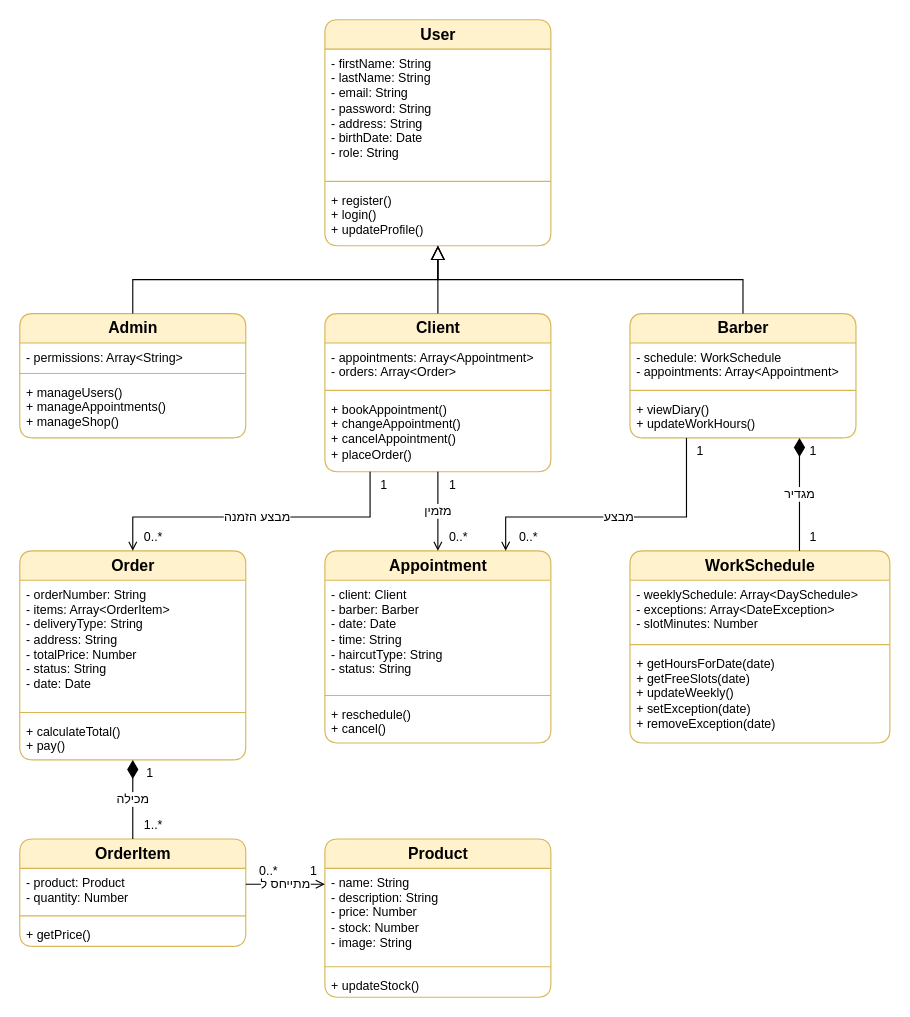
Earlier version of the draw.io diagram diagrams/PDOM-classes.drawio (arielkaplan20/project_Golden_Hair_Salon). Source tidied: cells renumbered, new cells numbered last; positions are measured from the earlier drawing's top-left corner, leaving out a move shared by most shapes. Both pictures are drawn from the tidied source at 113%, with x=0, y=0 at pixel (19, 19).
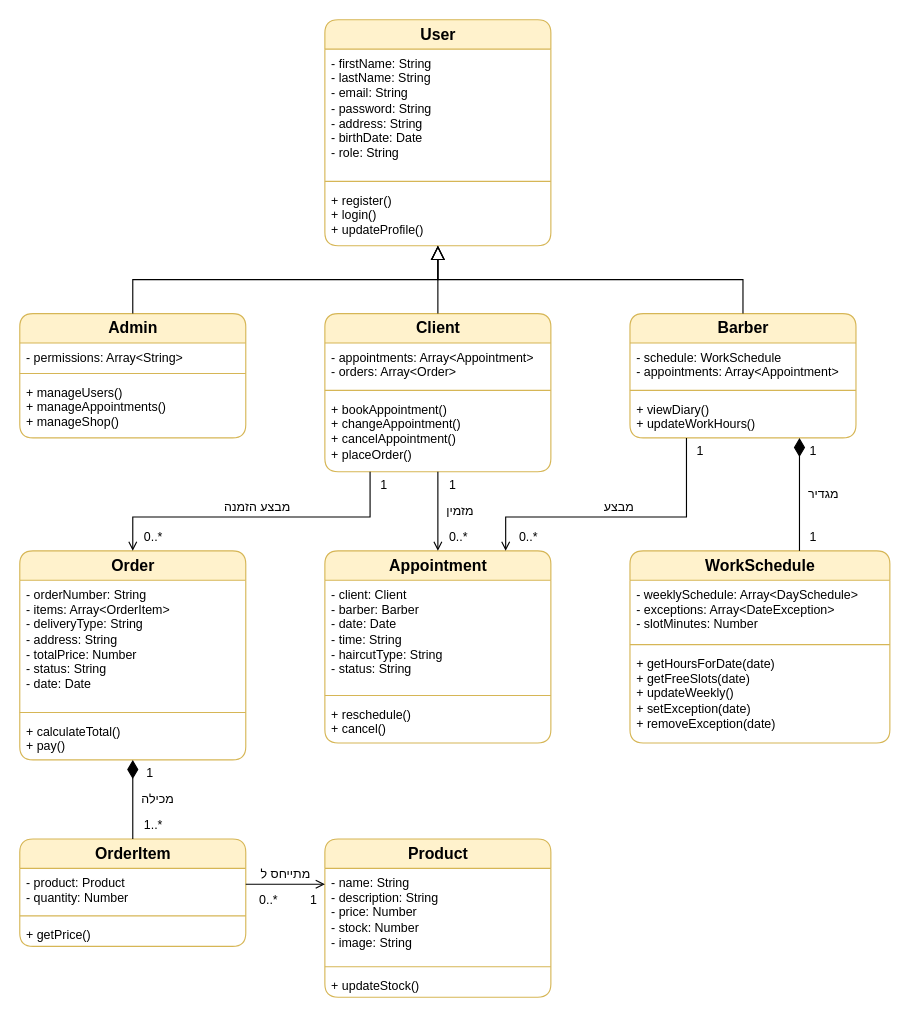
Above is the later version.

The change refers to these unchanged cells:
```xml
<mxCell id="10" value="Client" style="swimlane;fontStyle=1;align=center;verticalAlign=middle;horizontal=1;startSize=26;rounded=1;html=1;fillColor=#fff2cc;strokeColor=#d6b656;fontSize=14;" parent="1" vertex="1">
  <mxGeometry x="270" y="260" width="200" height="140" as="geometry" />
</mxCell>
<mxCell id="14" value="Barber" style="swimlane;fontStyle=1;align=center;verticalAlign=middle;horizontal=1;startSize=26;rounded=1;html=1;fillColor=#fff2cc;strokeColor=#d6b656;fontSize=14;" parent="1" vertex="1">
  <mxGeometry x="540" y="260" width="200" height="110" as="geometry" />
</mxCell>
<mxCell id="18" value="Order" style="swimlane;fontStyle=1;align=center;verticalAlign=middle;horizontal=1;startSize=26;rounded=1;html=1;fillColor=#fff2cc;strokeColor=#d6b656;fontSize=14;" parent="1" vertex="1">
  <mxGeometry y="470" width="200" height="185" as="geometry" />
</mxCell>
<mxCell id="22" value="Appointment" style="swimlane;fontStyle=1;align=center;verticalAlign=middle;horizontal=1;startSize=26;rounded=1;html=1;fillColor=#fff2cc;strokeColor=#d6b656;fontSize=14;" parent="1" vertex="1">
  <mxGeometry x="270" y="470" width="200" height="170" as="geometry" />
</mxCell>
<mxCell id="26" value="WorkSchedule" style="swimlane;fontStyle=1;align=center;verticalAlign=middle;horizontal=1;startSize=26;rounded=1;html=1;fillColor=#fff2cc;strokeColor=#d6b656;fontSize=14;" parent="1" vertex="1">
  <mxGeometry x="540" y="470" width="230" height="170" as="geometry" />
</mxCell>
<mxCell id="30" value="OrderItem" style="swimlane;fontStyle=1;align=center;verticalAlign=middle;horizontal=1;startSize=26;rounded=1;html=1;fillColor=#fff2cc;strokeColor=#d6b656;fontSize=14;" parent="1" vertex="1">
  <mxGeometry y="725" width="200" height="95" as="geometry" />
</mxCell>
<mxCell id="34" value="Product" style="swimlane;fontStyle=1;align=center;verticalAlign=middle;horizontal=1;startSize=26;rounded=1;html=1;fillColor=#fff2cc;strokeColor=#d6b656;fontSize=14;" parent="1" vertex="1">
  <mxGeometry x="270" y="725" width="200" height="140" as="geometry" />
</mxCell>
```

The edit, as a diff of the source:
```diff
@@
-    <mxCell id="41" value="מזמין" style="endArrow=open;endFill=0;html=1;rounded=0;labelBackgroundColor=#ffffff;exitX=0.5;exitY=1;entryX=0.5;entryY=0;" parent="1" edge="1" source="10" target="22">
+    <mxCell id="41" value="מזמין" style="endArrow=open;endFill=0;html=1;rounded=0;labelBackgroundColor=#ffffff;exitX=0.5;exitY=1;entryX=0.5;entryY=0;align=left;spacingLeft=6;labelBackgroundColor=none;" parent="1" edge="1" source="10" target="22">
       <mxGeometry relative="1" as="geometry" />
     </mxCell>
@@
-    <mxCell id="44" value="מבצע" style="endArrow=open;endFill=0;html=1;rounded=0;labelBackgroundColor=#ffffff;exitX=0.25;exitY=1;entryX=0.8;entryY=0;" parent="1" edge="1" source="14" target="22">
+    <mxCell id="44" value="מבצע" style="endArrow=open;endFill=0;html=1;rounded=0;labelBackgroundColor=#ffffff;exitX=0.25;exitY=1;entryX=0.8;entryY=0;verticalAlign=bottom;labelBackgroundColor=none;" parent="1" edge="1" source="14" target="22">
       <mxGeometry relative="1" as="geometry">
         <Array as="points">
           <mxPoint x="590" y="440" />
           <mxPoint x="430" y="440" />
         </Array>
       </mxGeometry>
     </mxCell>
@@
-    <mxCell id="47" value="מגדיר" style="endArrow=none;startArrow=diamondThin;startFill=1;startSize=14;html=1;rounded=0;labelBackgroundColor=#ffffff;exitX=0.75;exitY=1;entryX=0.6521739130434783;entryY=0;" parent="1" edge="1" source="14" target="26">
+    <mxCell id="47" value="מגדיר" style="endArrow=none;startArrow=diamondThin;startFill=1;startSize=14;html=1;rounded=0;labelBackgroundColor=#ffffff;exitX=0.75;exitY=1;entryX=0.6521739130434783;entryY=0;align=left;spacingLeft=6;labelBackgroundColor=none;" parent="1" edge="1" source="14" target="26">
       <mxGeometry relative="1" as="geometry" />
     </mxCell>
@@
-    <mxCell id="50" value="מבצע הזמנה" style="endArrow=open;endFill=0;html=1;rounded=0;labelBackgroundColor=#ffffff;exitX=0.2;exitY=1;entryX=0.5;entryY=0;" parent="1" edge="1" source="10" target="18">
+    <mxCell id="50" value="מבצע הזמנה" style="endArrow=open;endFill=0;html=1;rounded=0;labelBackgroundColor=#ffffff;exitX=0.2;exitY=1;entryX=0.5;entryY=0;verticalAlign=bottom;labelBackgroundColor=none;" parent="1" edge="1" source="10" target="18">
       <mxGeometry relative="1" as="geometry">
         <Array as="points">
           <mxPoint x="310" y="440" />
           <mxPoint x="100" y="440" />
         </Array>
       </mxGeometry>
     </mxCell>
@@
-    <mxCell id="53" value="מכילה" style="endArrow=none;startArrow=diamondThin;startFill=1;startSize=14;html=1;rounded=0;labelBackgroundColor=#ffffff;exitX=0.5;exitY=1;entryX=0.5;entryY=0;" parent="1" edge="1" source="18" target="30">
+    <mxCell id="53" value="מכילה" style="endArrow=none;startArrow=diamondThin;startFill=1;startSize=14;html=1;rounded=0;labelBackgroundColor=#ffffff;exitX=0.5;exitY=1;entryX=0.5;entryY=0;align=left;spacingLeft=6;labelBackgroundColor=none;" parent="1" edge="1" source="18" target="30">
       <mxGeometry relative="1" as="geometry" />
     </mxCell>
@@
-    <mxCell id="56" value="מתייחס ל" style="endArrow=open;endFill=0;html=1;rounded=0;labelBackgroundColor=#ffffff;exitX=1;exitY=0.42105263157894735;entryX=0;entryY=0.2857142857142857;" parent="1" edge="1" source="30" target="34">
+    <mxCell id="56" value="מתייחס ל" style="endArrow=open;endFill=0;html=1;rounded=0;labelBackgroundColor=#ffffff;exitX=1;exitY=0.42105263157894735;entryX=0;entryY=0.2857142857142857;verticalAlign=bottom;labelBackgroundColor=none;" parent="1" edge="1" source="30" target="34">
       <mxGeometry relative="1" as="geometry" />
     </mxCell>
     <mxCell id="57" value="0..*" style="text;html=1;align=center;verticalAlign=middle;fillColor=none;strokeColor=none;fontSize=11;" parent="1" vertex="1">
-      <mxGeometry x="200" y="743" width="40" height="20" as="geometry" />
+      <mxGeometry x="200" y="769" width="40" height="20" as="geometry" />
     </mxCell>
     <mxCell id="58" value="1" style="text;html=1;align=center;verticalAlign=middle;fillColor=none;strokeColor=none;fontSize=11;" parent="1" vertex="1">
-      <mxGeometry x="240" y="743" width="40" height="20" as="geometry" />
+      <mxGeometry x="240" y="769" width="40" height="20" as="geometry" />
     </mxCell>
```
